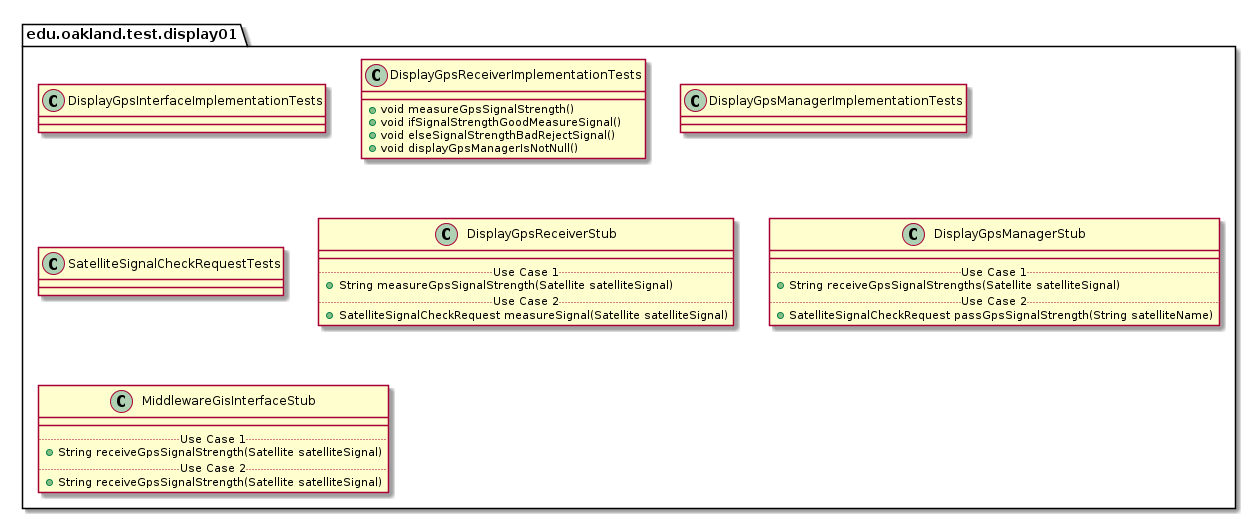
andrewdimmer/csi-3370-software-project keeps this PlantUML diagram as docs/uml-class-diagrams/display01/test/Display01TestPackage.png. Above is the earlier version.
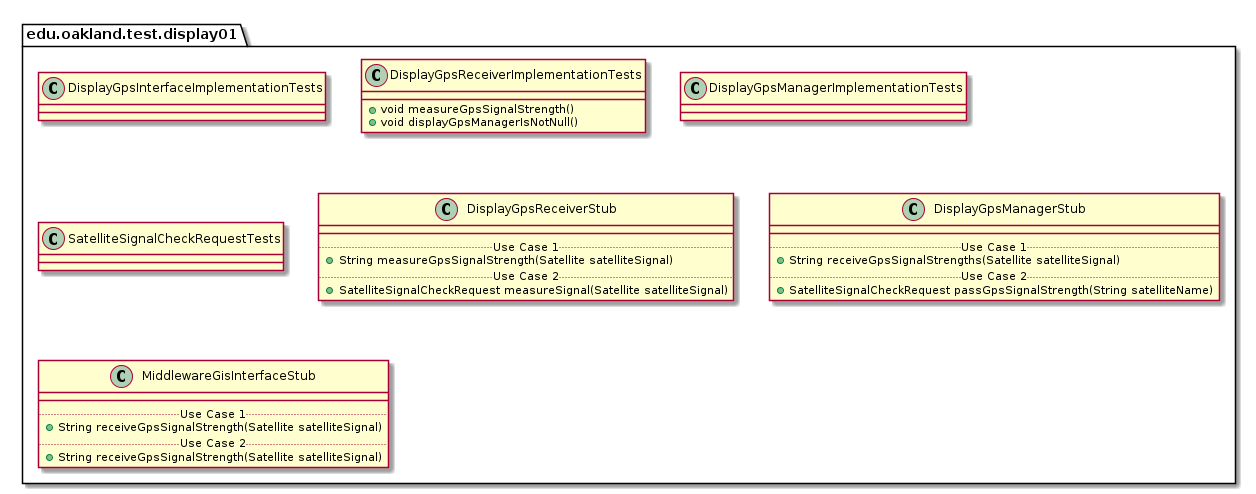
Later version of the same file.

The edit, as a diff of the source:
```diff
@@ -15,8 +15,6 @@
 package edu.oakland.test.display01 {
     class DisplayGpsReceiverImplementationTests {
         + void measureGpsSignalStrength()
-        + void ifSignalStrengthGoodMeasureSignal()
-        + void elseSignalStrengthBadRejectSignal()
         + void displayGpsManagerIsNotNull()
     }
 }
```
